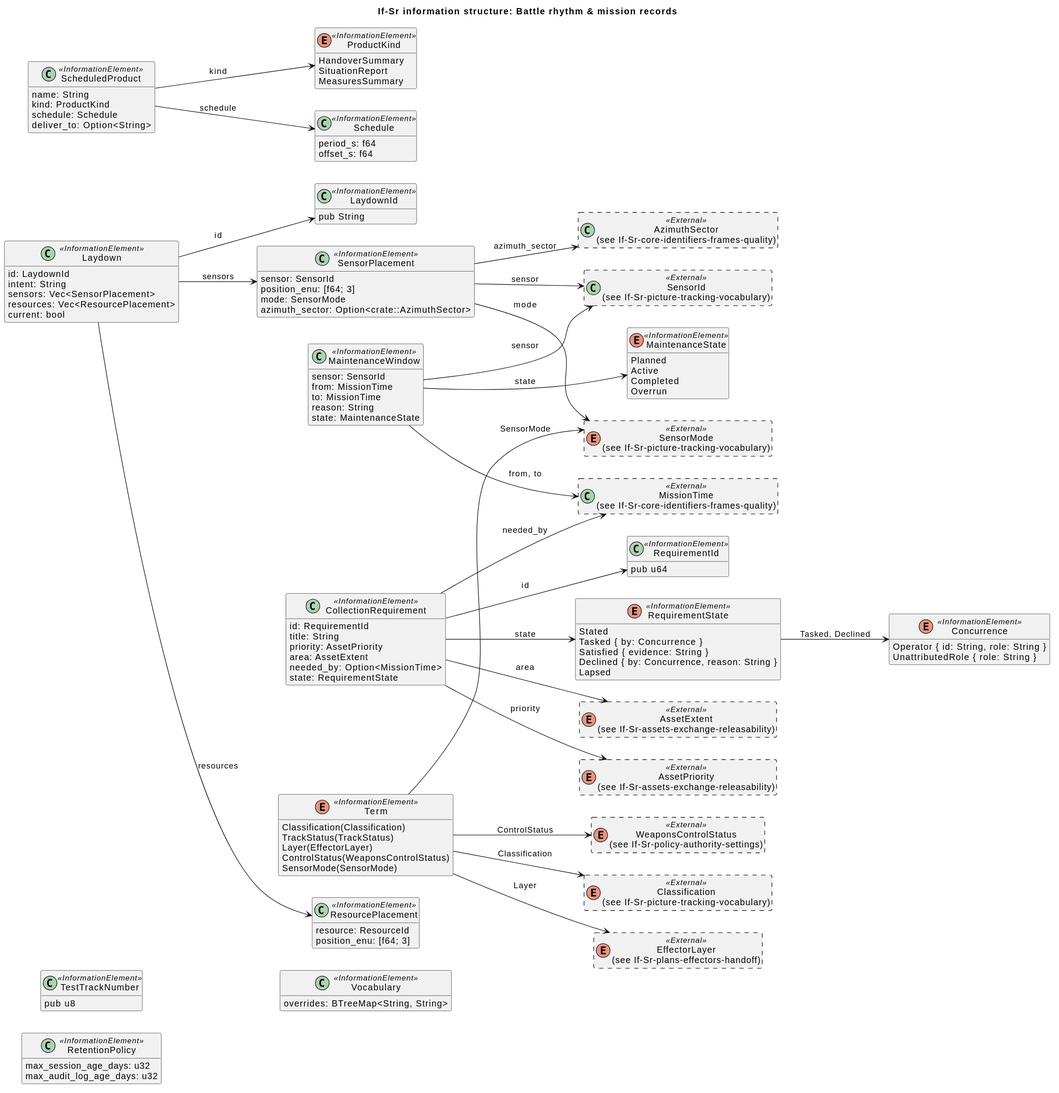
Before: docs/architecture/uaf/rendered/information/If-Sr-battle-rhythm-mission-records.svg, a diagram exported from PlantUML (WayneRoessling/gungnir).
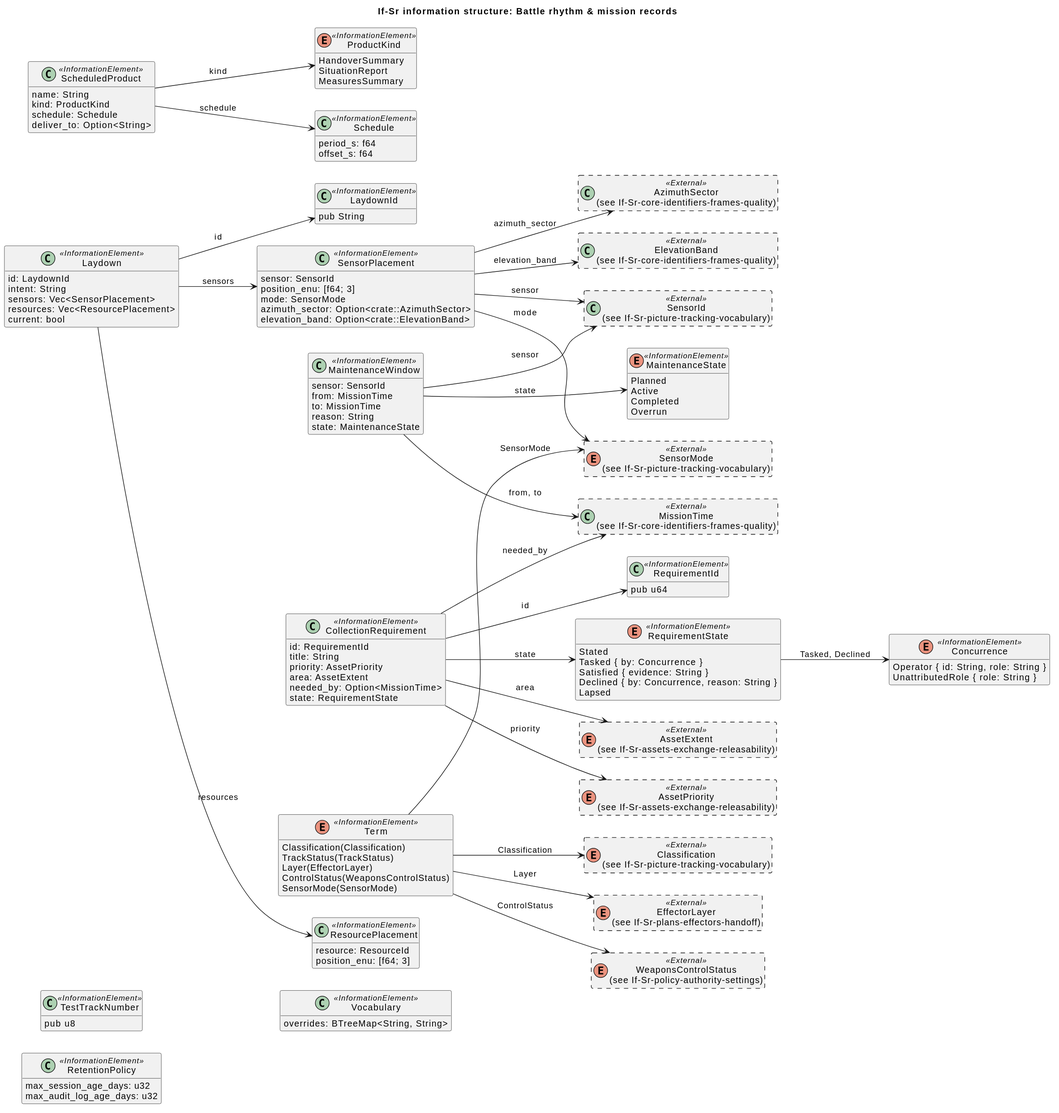
The same diagram one commit later.

Change to the diagram source:
```diff
@@ -11,6 +11,7 @@
   position_enu: [f64; 3]
   mode: SensorMode
   azimuth_sector: Option<crate::AzimuthSector>
+  elevation_band: Option<crate::ElevationBand>
 }
 class "ResourcePlacement" as ResourcePlacement <<InformationElement>> {
   resource: ResourceId
@@ -100,6 +101,8 @@
 }
 enum "EffectorLayer\n(see If-Sr-plans-effectors-handoff)" as EffectorLayer <<External>> #line.dashed {
 }
+class "ElevationBand\n(see If-Sr-core-identifiers-frames-quality)" as ElevationBand <<External>> #line.dashed {
+}
 class "MissionTime\n(see If-Sr-core-identifiers-frames-quality)" as MissionTime <<External>> #line.dashed {
 }
 class "SensorId\n(see If-Sr-picture-tracking-vocabulary)" as SensorId <<External>> #line.dashed {
@@ -109,6 +112,7 @@
 enum "WeaponsControlStatus\n(see If-Sr-policy-authority-settings)" as WeaponsControlStatus <<External>> #line.dashed {
 }
 SensorPlacement --> AzimuthSector : azimuth_sector
+SensorPlacement --> ElevationBand : elevation_band
 SensorPlacement --> SensorId : sensor
 SensorPlacement --> SensorMode : mode
 Laydown --> LaydownId : id
```
